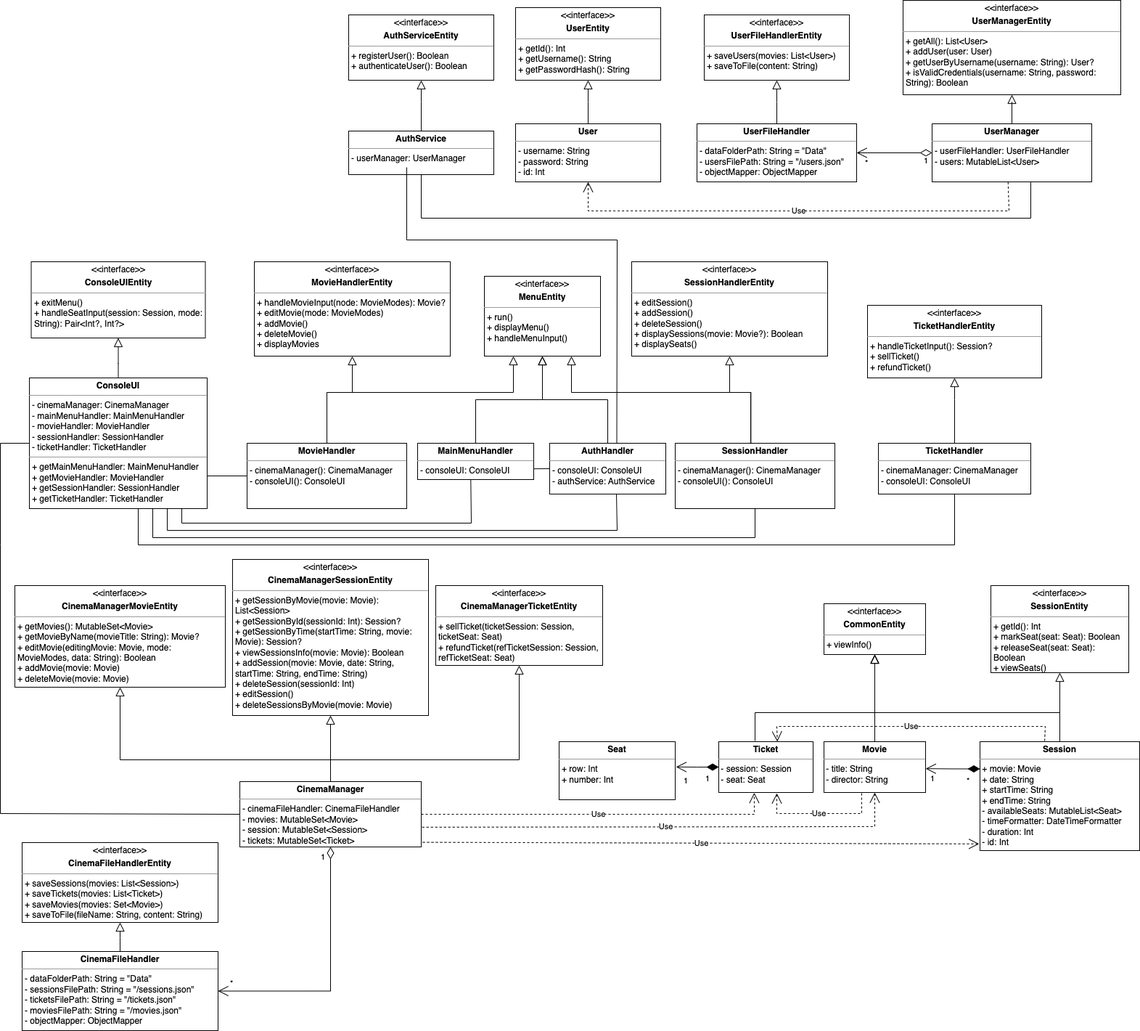
flowykk/KPO keeps this draw.io diagram as cinemaApp/class-diagram.png. Above is the earlier version. Source tidied: cells renumbered, new cells last; positions are measured from the earlier drawing's top-left corner, leaving out a move shared by most shapes.
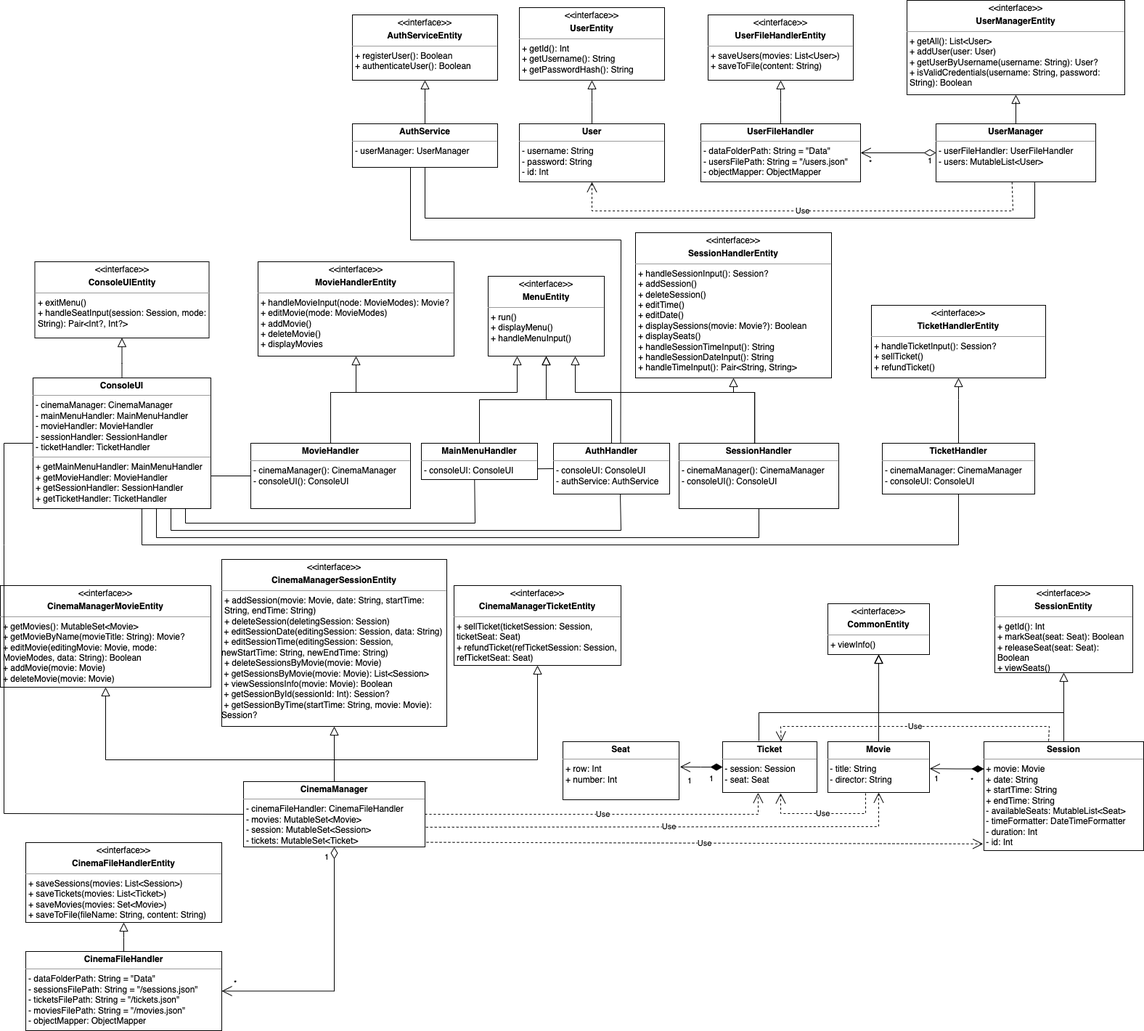
Later version of the same file.

Diff of the diagram source:
```diff
@@ -35,8 +35,8 @@
         </Array>
       </mxGeometry>
     </mxCell>
-    <mxCell id="9" value="&lt;p style=&quot;margin:0px;margin-top:4px;text-align:center;&quot;&gt;&amp;lt;&amp;lt;interface&amp;gt;&amp;gt;&lt;/p&gt;&lt;p style=&quot;margin:0px;margin-top:4px;text-align:center;&quot;&gt;&lt;b&gt;SessionHandlerEntity&lt;/b&gt;&lt;/p&gt;&lt;hr size=&quot;1&quot;&gt;&lt;p style=&quot;margin:0px;margin-left:4px;&quot;&gt;&lt;/p&gt;&lt;p style=&quot;margin:0px;margin-left:4px;&quot;&gt;+ editSession()&lt;/p&gt;&lt;p style=&quot;margin:0px;margin-left:4px;&quot;&gt;+ addSession()&lt;/p&gt;&lt;p style=&quot;margin:0px;margin-left:4px;&quot;&gt;+ deleteSession()&lt;/p&gt;&lt;p style=&quot;margin:0px;margin-left:4px;&quot;&gt;+&amp;nbsp;displaySessions&lt;span style=&quot;background-color: initial;&quot;&gt;(movie: Movie?): Boolean&lt;/span&gt;&lt;/p&gt;&lt;p style=&quot;margin:0px;margin-left:4px;&quot;&gt;+ displaySeats()&lt;/p&gt;" style="verticalAlign=top;align=left;overflow=fill;fontSize=12;fontFamily=Helvetica;html=1;whiteSpace=wrap;" parent="1" vertex="1">
-      <mxGeometry x="870" y="360" width="270" height="130" as="geometry" />
+    <mxCell id="9" value="&lt;p style=&quot;margin:0px;margin-top:4px;text-align:center;&quot;&gt;&amp;lt;&amp;lt;interface&amp;gt;&amp;gt;&lt;/p&gt;&lt;p style=&quot;margin:0px;margin-top:4px;text-align:center;&quot;&gt;&lt;b&gt;SessionHandlerEntity&lt;/b&gt;&lt;/p&gt;&lt;hr size=&quot;1&quot;&gt;&lt;p style=&quot;margin:0px;margin-left:4px;&quot;&gt;&lt;/p&gt;&lt;p style=&quot;margin:0px;margin-left:4px;&quot;&gt;+ handleSessionInput(): Session?&lt;/p&gt;&lt;p style=&quot;margin:0px;margin-left:4px;&quot;&gt;&lt;span style=&quot;background-color: initial;&quot;&gt;+ addSession()&lt;/span&gt;&lt;br&gt;&lt;/p&gt;&lt;p style=&quot;margin:0px;margin-left:4px;&quot;&gt;+ deleteSession()&lt;/p&gt;&lt;p style=&quot;margin:0px;margin-left:4px;&quot;&gt;+ editTime()&lt;/p&gt;&lt;p style=&quot;margin:0px;margin-left:4px;&quot;&gt;+ editDate()&lt;/p&gt;&lt;p style=&quot;margin:0px;margin-left:4px;&quot;&gt;+&amp;nbsp;displaySessions&lt;span style=&quot;background-color: initial;&quot;&gt;(movie: Movie?): Boolean&lt;/span&gt;&lt;/p&gt;&lt;p style=&quot;margin:0px;margin-left:4px;&quot;&gt;+ displaySeats()&lt;/p&gt;&lt;p style=&quot;margin:0px;margin-left:4px;&quot;&gt;+ handleSessionTimeInput(): String&lt;/p&gt;&lt;p style=&quot;margin:0px;margin-left:4px;&quot;&gt;+ handleSessionDateInput(): String&lt;/p&gt;&lt;p style=&quot;margin:0px;margin-left:4px;&quot;&gt;+&amp;nbsp;handleTimeInput(): Pair&amp;lt;String, String&amp;gt;&lt;/p&gt;" style="verticalAlign=top;align=left;overflow=fill;fontSize=12;fontFamily=Helvetica;html=1;whiteSpace=wrap;" parent="1" vertex="1">
+      <mxGeometry x="870" y="320" width="270" height="200" as="geometry" />
     </mxCell>
     <mxCell id="10" style="endArrow=block;endSize=10;endFill=0;shadow=0;strokeWidth=1;rounded=0;edgeStyle=elbowEdgeStyle;elbow=vertical;exitX=0.474;exitY=-0.011;exitDx=0;exitDy=0;entryX=0.5;entryY=1;entryDx=0;entryDy=0;exitPerimeter=0;" parent="1" edge="1" source="11" target="9">
       <mxGeometry relative="1" as="geometry">
@@ -56,7 +56,7 @@
       </mxGeometry>
     </mxCell>
     <mxCell id="13" value="&lt;p style=&quot;margin:0px;margin-top:4px;text-align:center;&quot;&gt;&lt;b&gt;AuthService&lt;/b&gt;&lt;/p&gt;&lt;hr size=&quot;1&quot;&gt;&lt;p style=&quot;margin:0px;margin-left:4px;&quot;&gt;- userManager: UserManager&lt;/p&gt;&lt;p style=&quot;margin:0px;margin-left:4px;&quot;&gt;&lt;br&gt;&lt;/p&gt;" style="verticalAlign=top;align=left;overflow=fill;fontSize=12;fontFamily=Helvetica;html=1;whiteSpace=wrap;" parent="1" vertex="1">
-      <mxGeometry x="480" y="180" width="200" height="60" as="geometry" />
+      <mxGeometry x="480" y="170" width="200" height="60" as="geometry" />
     </mxCell>
     <mxCell id="14" value="&lt;p style=&quot;margin:0px;margin-top:4px;text-align:center;&quot;&gt;&lt;b&gt;TicketHandler&lt;/b&gt;&lt;/p&gt;&lt;hr size=&quot;1&quot;&gt;&lt;p style=&quot;margin:0px;margin-left:4px;&quot;&gt;- cinemaManager: CinemaManager&lt;/p&gt;&lt;p style=&quot;margin:0px;margin-left:4px;&quot;&gt;- consoleUI: ConsoleUI&lt;/p&gt;&lt;p style=&quot;margin:0px;margin-left:4px;&quot;&gt;&lt;br&gt;&lt;/p&gt;" style="verticalAlign=top;align=left;overflow=fill;fontSize=12;fontFamily=Helvetica;html=1;whiteSpace=wrap;" parent="1" vertex="1">
       <mxGeometry x="1210" y="610" width="210" height="70" as="geometry" />
@@ -79,13 +79,13 @@
       </mxGeometry>
     </mxCell>
     <mxCell id="18" value="&lt;p style=&quot;margin:0px;margin-top:4px;text-align:center;&quot;&gt;&amp;lt;&amp;lt;interface&amp;gt;&amp;gt;&lt;b&gt;&lt;br&gt;&lt;/b&gt;&lt;/p&gt;&lt;p style=&quot;margin:0px;margin-top:4px;text-align:center;&quot;&gt;&lt;b&gt;CinemaManagerMovieEntity&lt;/b&gt;&lt;/p&gt;&lt;hr size=&quot;1&quot;&gt;&lt;p style=&quot;margin:0px;margin-left:4px;&quot;&gt;&lt;/p&gt;&lt;p style=&quot;border-color: var(--border-color); margin: 0px 0px 0px 4px;&quot;&gt;+&amp;nbsp;getMovies(): MutableSet&amp;lt;Movie&amp;gt;&lt;br style=&quot;border-color: var(--border-color);&quot;&gt;&lt;/p&gt;&lt;p style=&quot;border-color: var(--border-color); margin: 0px 0px 0px 4px;&quot;&gt;+&amp;nbsp;getMovieByName(movieTitle: String): Movie?&lt;/p&gt;&lt;p style=&quot;margin:0px;margin-left:4px;&quot;&gt;&lt;span style=&quot;background-color: initial;&quot;&gt;+&amp;nbsp;editMovie(editingMovie: Movie, mode: MovieModes, data: String): Boolean&lt;/span&gt;&lt;br&gt;&lt;/p&gt;&lt;p style=&quot;margin:0px;margin-left:4px;&quot;&gt;+&amp;nbsp;addMovie(movie: Movie)&lt;/p&gt;&lt;p style=&quot;margin:0px;margin-left:4px;&quot;&gt;+&amp;nbsp;deleteMovie(movie: Movie)&lt;/p&gt;" style="verticalAlign=top;align=left;overflow=fill;fontSize=12;fontFamily=Helvetica;html=1;whiteSpace=wrap;" parent="1" vertex="1">
-      <mxGeometry x="20" y="806" width="290" height="140" as="geometry" />
+      <mxGeometry x="-5" y="806" width="290" height="140" as="geometry" />
     </mxCell>
-    <mxCell id="19" value="&lt;p style=&quot;margin:0px;margin-top:4px;text-align:center;&quot;&gt;&amp;lt;&amp;lt;interface&amp;gt;&amp;gt;&lt;b&gt;&lt;br&gt;&lt;/b&gt;&lt;/p&gt;&lt;p style=&quot;margin:0px;margin-top:4px;text-align:center;&quot;&gt;&lt;b&gt;CinemaManagerSessionEntity&lt;/b&gt;&lt;/p&gt;&lt;hr size=&quot;1&quot;&gt;&lt;p style=&quot;margin:0px;margin-left:4px;&quot;&gt;&lt;/p&gt;&lt;p style=&quot;border-color: var(--border-color); margin: 0px 0px 0px 4px;&quot;&gt;+&amp;nbsp;getSessionByMovie(movie: Movie): List&amp;lt;Session&amp;gt;&lt;/p&gt;&lt;p style=&quot;border-color: var(--border-color); margin: 0px 0px 0px 4px;&quot;&gt;+&amp;nbsp;getSessionById(sessionId: Int): Session?&lt;/p&gt;&lt;p style=&quot;border-color: var(--border-color); margin: 0px 0px 0px 4px;&quot;&gt;+&amp;nbsp;getSessionByTime(startTime: String, movie: Movie): Session?&lt;/p&gt;&lt;p style=&quot;border-color: var(--border-color); margin: 0px 0px 0px 4px;&quot;&gt;+&amp;nbsp;viewSessionsInfo(movie: Movie): Boolean&lt;br&gt;&lt;/p&gt;&lt;p style=&quot;margin:0px;margin-left:4px;&quot;&gt;+&amp;nbsp;addSession(movie: Movie, date: String, startTime: String, endTime: String)&lt;/p&gt;&lt;p style=&quot;margin:0px;margin-left:4px;&quot;&gt;+ deleteSession(sessionId: Int)&lt;/p&gt;&lt;p style=&quot;margin:0px;margin-left:4px;&quot;&gt;+ editSession()&lt;/p&gt;&lt;p style=&quot;margin:0px;margin-left:4px;&quot;&gt;+&amp;nbsp;deleteSessionsByMovie(movie: Movie)&lt;/p&gt;" style="verticalAlign=top;align=left;overflow=fill;fontSize=12;fontFamily=Helvetica;html=1;whiteSpace=wrap;" parent="1" vertex="1">
-      <mxGeometry x="320" y="770" width="270" height="215" as="geometry" />
+    <mxCell id="19" value="&lt;p style=&quot;margin:0px;margin-top:4px;text-align:center;&quot;&gt;&amp;lt;&amp;lt;interface&amp;gt;&amp;gt;&lt;b&gt;&lt;br&gt;&lt;/b&gt;&lt;/p&gt;&lt;p style=&quot;margin:0px;margin-top:4px;text-align:center;&quot;&gt;&lt;b&gt;CinemaManagerSessionEntity&lt;/b&gt;&lt;/p&gt;&lt;hr size=&quot;1&quot;&gt;&lt;p style=&quot;margin:0px;margin-left:4px;&quot;&gt;&lt;/p&gt;&lt;p style=&quot;border-color: var(--border-color); margin: 0px 0px 0px 4px;&quot;&gt;+&amp;nbsp;addSession(movie: Movie, date: String, startTime: String, endTime: String)&lt;/p&gt;&lt;p style=&quot;border-color: var(--border-color); margin: 0px 0px 0px 4px;&quot;&gt;+&amp;nbsp;deleteSession(deletingSession: Session)&lt;/p&gt;&amp;nbsp;+ editSessionDate(editingSession: Session, data: String)&lt;br&gt;&amp;nbsp;+ editSessionTime(editingSession: Session, newStartTime: String, newEndTime: String)&lt;p style=&quot;border-color: var(--border-color); margin: 0px 0px 0px 4px;&quot;&gt;+&amp;nbsp;deleteSessionsByMovie(movie: Movie)&lt;/p&gt;&amp;nbsp;+ getSessionsByMovie(movie: Movie): List&amp;lt;Session&amp;gt;&lt;br&gt;&amp;nbsp;+ viewSessionsInfo(movie: Movie): Boolean&lt;br&gt;&amp;nbsp;+ getSessionById(sessionId: Int): Session?&lt;br&gt;&amp;nbsp;+ getSessionByTime(startTime: String, movie: Movie): Session?" style="verticalAlign=top;align=left;overflow=fill;fontSize=12;fontFamily=Helvetica;html=1;whiteSpace=wrap;" parent="1" vertex="1">
+      <mxGeometry x="300" y="770" width="310" height="230" as="geometry" />
     </mxCell>
     <mxCell id="20" value="&lt;p style=&quot;margin:0px;margin-top:4px;text-align:center;&quot;&gt;&amp;lt;&amp;lt;interface&amp;gt;&amp;gt;&lt;b&gt;&lt;br&gt;&lt;/b&gt;&lt;/p&gt;&lt;p style=&quot;margin:0px;margin-top:4px;text-align:center;&quot;&gt;&lt;b&gt;CinemaManagerTicketEntity&lt;/b&gt;&lt;/p&gt;&lt;hr size=&quot;1&quot;&gt;&lt;p style=&quot;margin:0px;margin-left:4px;&quot;&gt;&lt;/p&gt;&lt;p style=&quot;margin:0px;margin-left:4px;&quot;&gt;&lt;span style=&quot;background-color: initial;&quot;&gt;+&amp;nbsp;sellTicket(ticketSession: Session, ticketSeat: Seat)&lt;/span&gt;&lt;br&gt;&lt;/p&gt;&lt;p style=&quot;margin:0px;margin-left:4px;&quot;&gt;+&amp;nbsp;refundTicket(refTicketSession: Session, refTicketSeat: Seat)&lt;/p&gt;" style="verticalAlign=top;align=left;overflow=fill;fontSize=12;fontFamily=Helvetica;html=1;whiteSpace=wrap;" parent="1" vertex="1">
-      <mxGeometry x="600" y="806" width="230" height="110" as="geometry" />
+      <mxGeometry x="620" y="806" width="230" height="110" as="geometry" />
     </mxCell>
     <mxCell id="21" value="&lt;p style=&quot;margin:0px;margin-top:4px;text-align:center;&quot;&gt;&lt;b&gt;CinemaManager&lt;/b&gt;&lt;/p&gt;&lt;hr size=&quot;1&quot;&gt;&lt;p style=&quot;margin:0px;margin-left:4px;&quot;&gt;- cinemaFileHandler: CinemaFileHandler&lt;/p&gt;&lt;p style=&quot;margin:0px;margin-left:4px;&quot;&gt;- movies: MutableSet&amp;lt;Movie&amp;gt;&lt;/p&gt;&lt;p style=&quot;margin:0px;margin-left:4px;&quot;&gt;- session: MutableSet&amp;lt;Session&amp;gt;&lt;br&gt;&lt;/p&gt;&lt;p style=&quot;margin:0px;margin-left:4px;&quot;&gt;- tickets: MutableSet&amp;lt;Ticket&amp;gt;&lt;br&gt;&lt;/p&gt;&lt;p style=&quot;margin:0px;margin-left:4px;&quot;&gt;&lt;br&gt;&lt;/p&gt;" style="verticalAlign=top;align=left;overflow=fill;fontSize=12;fontFamily=Helvetica;html=1;whiteSpace=wrap;" parent="1" vertex="1">
       <mxGeometry x="330" y="1076" width="250" height="90" as="geometry" />
```
